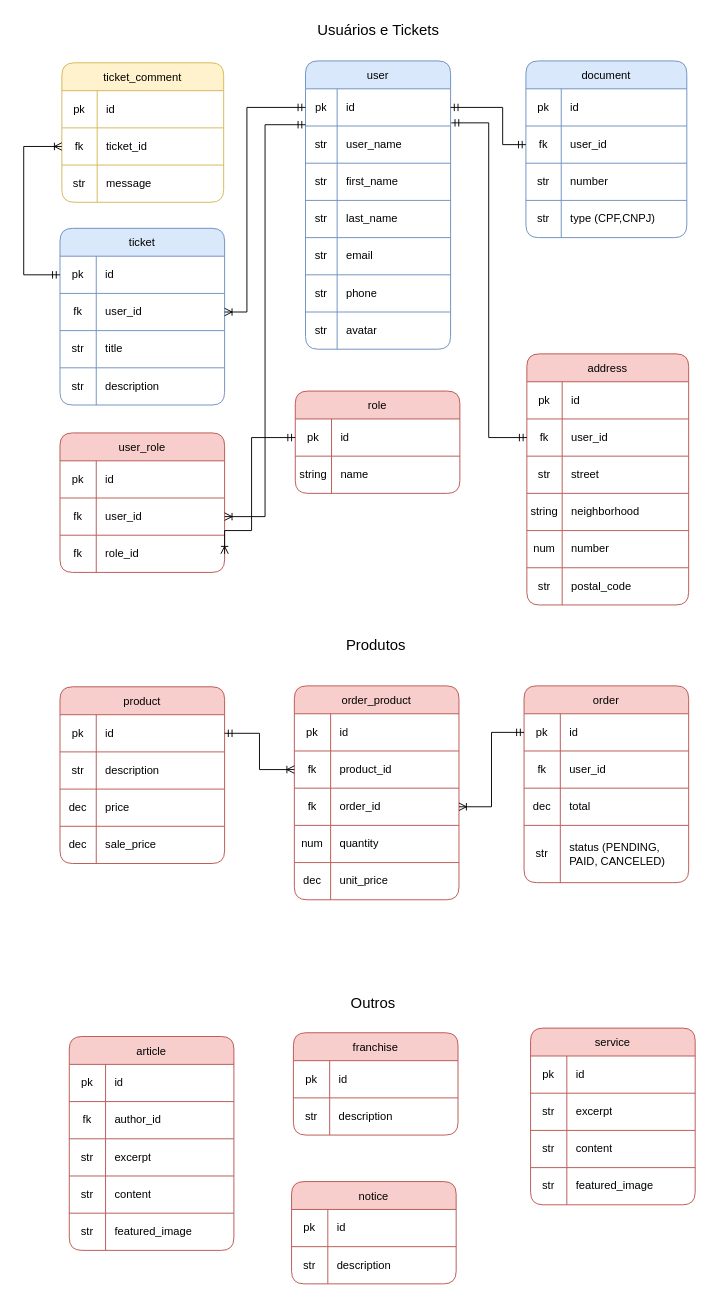
tonnysantana2004/fstop keeps this draw.io diagram as fstop-database.drawio. Above is the earlier version. Source tidied: cells renumbered, new cells numbered last; positions are measured from the earlier drawing's top-left corner, leaving out a move shared by most shapes. Both pictures are drawn from the tidied source at 93%, with x=0, y=0 at pixel (23, 16).
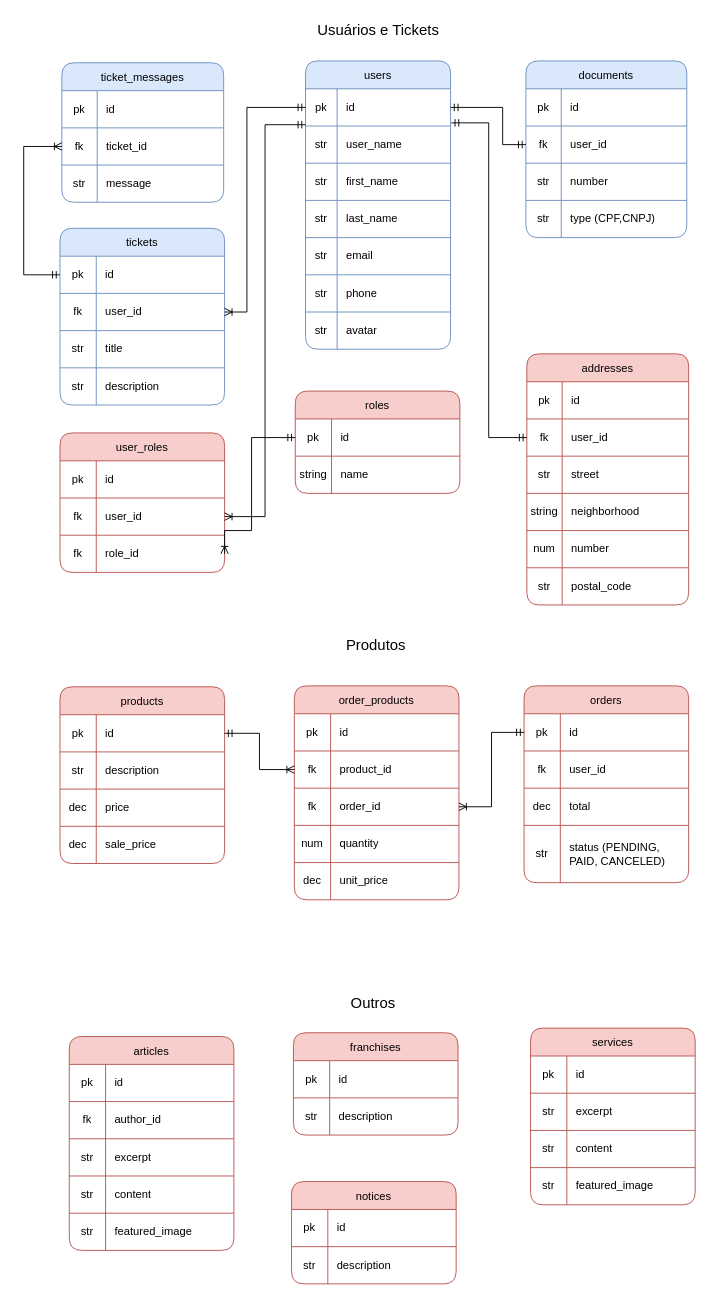
Above is the later version.

What changed in the source:
```diff
@@
-    <mxCell id="2" value="user" style="shape=table;startSize=30;childLayout=tableLayout;rounded=1;fillColor=#dae8fc;strokeColor=#6c8ebf;" parent="1" vertex="1">
+    <mxCell id="2" value="users" style="shape=table;startSize=30;childLayout=tableLayout;rounded=1;fillColor=#dae8fc;strokeColor=#6c8ebf;" parent="1" vertex="1">
       <mxGeometry x="303" y="48" width="156" height="310" as="geometry" />
     </mxCell>
@@
-    <mxCell id="24" value="document" style="shape=table;startSize=30;childLayout=tableLayout;rounded=1;fillColor=#dae8fc;strokeColor=#6c8ebf;" parent="1" vertex="1">
+    <mxCell id="24" value="documents" style="shape=table;startSize=30;childLayout=tableLayout;rounded=1;fillColor=#dae8fc;strokeColor=#6c8ebf;" parent="1" vertex="1">
       <mxGeometry x="540" y="48" width="173" height="190" as="geometry" />
     </mxCell>
@@
-    <mxCell id="37" value="address" style="shape=table;startSize=30;childLayout=tableLayout;rounded=1;fillColor=#f8cecc;strokeColor=#b85450;" parent="1" vertex="1">
+    <mxCell id="37" value="addresses" style="shape=table;startSize=30;childLayout=tableLayout;rounded=1;fillColor=#f8cecc;strokeColor=#b85450;" parent="1" vertex="1">
       <mxGeometry x="541" y="363" width="174" height="270" as="geometry" />
     </mxCell>
@@
-    <mxCell id="57" value="ticket" style="shape=table;startSize=30;childLayout=tableLayout;rounded=1;fillColor=#dae8fc;strokeColor=#6c8ebf;" parent="1" vertex="1">
+    <mxCell id="57" value="tickets" style="shape=table;startSize=30;childLayout=tableLayout;rounded=1;fillColor=#dae8fc;strokeColor=#6c8ebf;" parent="1" vertex="1">
       <mxGeometry x="39" y="228" width="177" height="190" as="geometry" />
     </mxCell>
@@
-    <mxCell id="70" value="ticket_comment" style="shape=table;startSize=30;childLayout=tableLayout;rounded=1;fillColor=#fff2cc;strokeColor=#d6b656;" parent="1" vertex="1">
+    <mxCell id="70" value="ticket_messages" style="shape=table;startSize=30;childLayout=tableLayout;rounded=1;fillColor=#dae8fc;strokeColor=#6c8ebf;" parent="1" vertex="1">
       <mxGeometry x="41" y="50" width="174" height="150" as="geometry" />
     </mxCell>
@@
-    <mxCell id="83" value="product" style="shape=table;startSize=30;childLayout=tableLayout;rounded=1;fillColor=#f8cecc;strokeColor=#b85450;" parent="1" vertex="1">
+    <mxCell id="83" value="products" style="shape=table;startSize=30;childLayout=tableLayout;rounded=1;fillColor=#f8cecc;strokeColor=#b85450;" parent="1" vertex="1">
       <mxGeometry x="39" y="721" width="177" height="190" as="geometry" />
     </mxCell>
@@
-    <mxCell id="96" value="order" style="shape=table;startSize=30;childLayout=tableLayout;rounded=1;fillColor=#f8cecc;strokeColor=#b85450;" parent="1" vertex="1">
+    <mxCell id="96" value="orders" style="shape=table;startSize=30;childLayout=tableLayout;rounded=1;fillColor=#f8cecc;strokeColor=#b85450;" parent="1" vertex="1">
       <mxGeometry x="538" y="720" width="177" height="211.6" as="geometry" />
     </mxCell>
@@
-    <mxCell id="109" value="order_product" style="shape=table;startSize=30;childLayout=tableLayout;rounded=1;fillColor=#f8cecc;strokeColor=#b85450;" parent="1" vertex="1">
+    <mxCell id="109" value="order_products" style="shape=table;startSize=30;childLayout=tableLayout;rounded=1;fillColor=#f8cecc;strokeColor=#b85450;" parent="1" vertex="1">
       <mxGeometry x="291" y="720" width="177" height="230" as="geometry" />
     </mxCell>
@@
-    <mxCell id="127" value="notice" style="shape=table;startSize=30;childLayout=tableLayout;rounded=1;fillColor=#f8cecc;strokeColor=#b85450;" parent="1" vertex="1">
+    <mxCell id="127" value="notices" style="shape=table;startSize=30;childLayout=tableLayout;rounded=1;fillColor=#f8cecc;strokeColor=#b85450;" parent="1" vertex="1">
       <mxGeometry x="288" y="1253" width="177" height="110" as="geometry" />
     </mxCell>
@@
-    <mxCell id="134" value="franchise" style="shape=table;startSize=30;childLayout=tableLayout;rounded=1;fillColor=#f8cecc;strokeColor=#b85450;" parent="1" vertex="1">
+    <mxCell id="134" value="franchises" style="shape=table;startSize=30;childLayout=tableLayout;rounded=1;fillColor=#f8cecc;strokeColor=#b85450;" parent="1" vertex="1">
       <mxGeometry x="290" y="1093" width="177" height="110" as="geometry" />
     </mxCell>
@@
-    <mxCell id="141" value="service" style="shape=table;startSize=30;childLayout=tableLayout;rounded=1;fillColor=#f8cecc;strokeColor=#b85450;" parent="1" vertex="1">
+    <mxCell id="141" value="services" style="shape=table;startSize=30;childLayout=tableLayout;rounded=1;fillColor=#f8cecc;strokeColor=#b85450;" parent="1" vertex="1">
       <mxGeometry x="545" y="1088" width="177" height="190" as="geometry" />
     </mxCell>
@@
-    <mxCell id="154" value="article" style="shape=table;startSize=30;childLayout=tableLayout;rounded=1;fillColor=#f8cecc;strokeColor=#b85450;" parent="1" vertex="1">
+    <mxCell id="154" value="articles" style="shape=table;startSize=30;childLayout=tableLayout;rounded=1;fillColor=#f8cecc;strokeColor=#b85450;" parent="1" vertex="1">
       <mxGeometry x="49" y="1097" width="177" height="230" as="geometry" />
     </mxCell>
@@
-    <mxCell id="170" value="user_role" style="shape=table;startSize=30;childLayout=tableLayout;rounded=1;fillColor=#f8cecc;strokeColor=#b85450;" parent="1" vertex="1">
+    <mxCell id="170" value="user_roles" style="shape=table;startSize=30;childLayout=tableLayout;rounded=1;fillColor=#f8cecc;strokeColor=#b85450;" parent="1" vertex="1">
       <mxGeometry x="39" y="448" width="177" height="150" as="geometry" />
     </mxCell>
@@
-    <mxCell id="180" value="role" style="shape=table;startSize=30;childLayout=tableLayout;rounded=1;fillColor=#f8cecc;strokeColor=#b85450;" parent="1" vertex="1">
+    <mxCell id="180" value="roles" style="shape=table;startSize=30;childLayout=tableLayout;rounded=1;fillColor=#f8cecc;strokeColor=#b85450;" parent="1" vertex="1">
       <mxGeometry x="292" y="403" width="177" height="110" as="geometry" />
     </mxCell>
```
